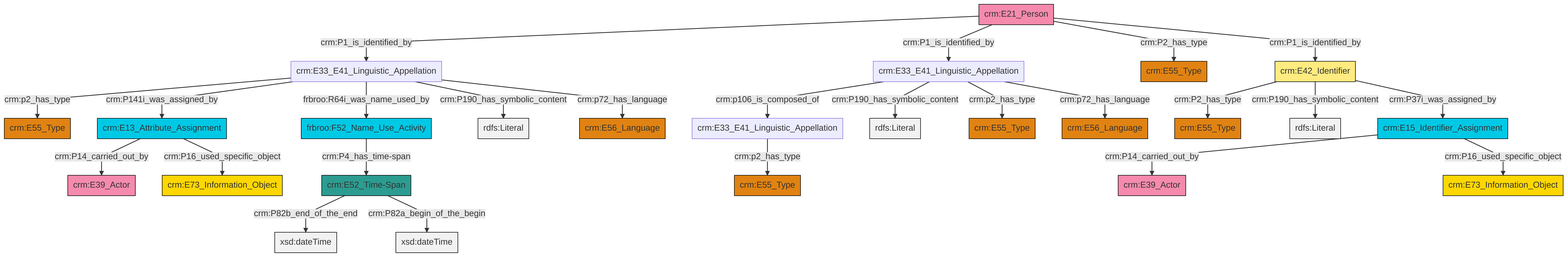
Earlier version of the Mermaid export et/personCSV/ttl/mmd/png/Person_Names_and_Classification.png (swiss-art-research-net/reference-data-models). Its source is kept beside it as et/personCSV/ttl/mmd/Person_Names_and_Classification.ttl.mmd.
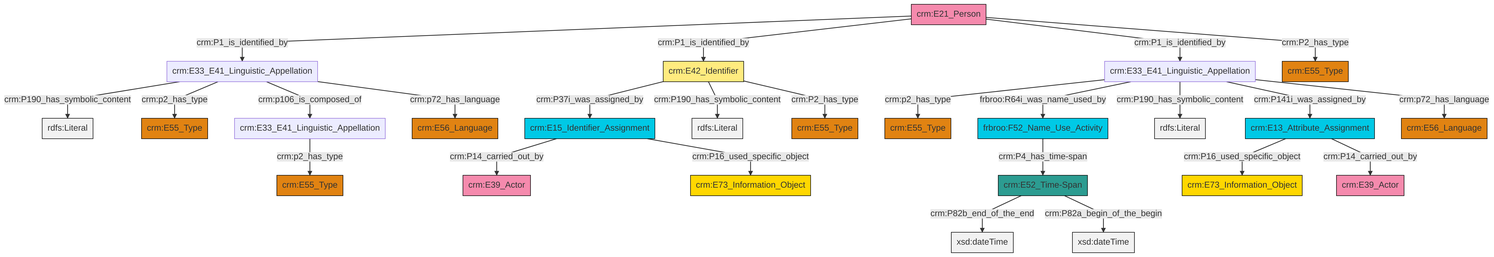
The same file after the commit.

Change to the diagram source:
```diff
@@ -13,27 +13,27 @@
 classDef PC_Classes fill:#4ce600, stroke:#000000;
 classDef Multi fill:#cccccc,stroke:#000000;
 
-8["crm:E13_Attribute_Assignment"]:::Temporal_Entity -->|crm:P14_carried_out_by| 9["crm:E39_Actor"]:::Actor
-8["crm:E13_Attribute_Assignment"]:::Temporal_Entity -->|crm:P16_used_specific_object| 10["crm:E73_Information_Object"]:::Conceptual_Object
-11["crm:E33_E41_Linguistic_Appellation"]:::Default -->|crm:p2_has_type| 12["crm:E55_Type"]:::Type
-13["crm:E52_Time-Span"]:::Time-Span -->|crm:P82b_end_of_the_end| 14[xsd:dateTime]:::Literal
-15["crm:E42_Identifier"]:::Appellation -->|crm:P2_has_type| 6["crm:E55_Type"]:::Type
-16["crm:E15_Identifier_Assignment"]:::Temporal_Entity -->|crm:P14_carried_out_by| 17["crm:E39_Actor"]:::Actor
-4["crm:E33_E41_Linguistic_Appellation"]:::Default -->|crm:p106_is_composed_of| 19["crm:E33_E41_Linguistic_Appellation"]:::Default
-13["crm:E52_Time-Span"]:::Time-Span -->|crm:P82a_begin_of_the_begin| 26[xsd:dateTime]:::Literal
-34["crm:E21_Person"]:::Actor -->|crm:P1_is_identified_by| 11["crm:E33_E41_Linguistic_Appellation"]:::Default
-23["frbroo:F52_Name_Use_Activity"]:::Temporal_Entity -->|crm:P4_has_time-span| 13["crm:E52_Time-Span"]:::Time-Span
-34["crm:E21_Person"]:::Actor -->|crm:P1_is_identified_by| 4["crm:E33_E41_Linguistic_Appellation"]:::Default
-11["crm:E33_E41_Linguistic_Appellation"]:::Default -->|crm:P141i_was_assigned_by| 8["crm:E13_Attribute_Assignment"]:::Temporal_Entity
-11["crm:E33_E41_Linguistic_Appellation"]:::Default -->|frbroo:R64i_was_name_used_by| 23["frbroo:F52_Name_Use_Activity"]:::Temporal_Entity
-4["crm:E33_E41_Linguistic_Appellation"]:::Default -->|crm:P190_has_symbolic_content| 38[rdfs:Literal]:::Literal
-15["crm:E42_Identifier"]:::Appellation -->|crm:P190_has_symbolic_content| 42[rdfs:Literal]:::Literal
-11["crm:E33_E41_Linguistic_Appellation"]:::Default -->|crm:P190_has_symbolic_content| 43[rdfs:Literal]:::Literal
-4["crm:E33_E41_Linguistic_Appellation"]:::Default -->|crm:p2_has_type| 0["crm:E55_Type"]:::Type
-11["crm:E33_E41_Linguistic_Appellation"]:::Default -->|crm:p72_has_language| 28["crm:E56_Language"]:::Type
-34["crm:E21_Person"]:::Actor -->|crm:P2_has_type| 39["crm:E55_Type"]:::Type
-15["crm:E42_Identifier"]:::Appellation -->|crm:P37i_was_assigned_by| 16["crm:E15_Identifier_Assignment"]:::Temporal_Entity
-19["crm:E33_E41_Linguistic_Appellation"]:::Default -->|crm:p2_has_type| 20["crm:E55_Type"]:::Type
-34["crm:E21_Person"]:::Actor -->|crm:P1_is_identified_by| 15["crm:E42_Identifier"]:::Appellation
-16["crm:E15_Identifier_Assignment"]:::Temporal_Entity -->|crm:P16_used_specific_object| 32["crm:E73_Information_Object"]:::Conceptual_Object
-4["crm:E33_E41_Linguistic_Appellation"]:::Default -->|crm:p72_has_language| 2["crm:E56_Language"]:::Type
+0["crm:E42_Identifier"]:::Appellation -->|crm:P37i_was_assigned_by| 1["crm:E15_Identifier_Assignment"]:::Temporal_Entity
+2["crm:E21_Person"]:::Actor -->|crm:P1_is_identified_by| 3["crm:E33_E41_Linguistic_Appellation"]:::Default
+3["crm:E33_E41_Linguistic_Appellation"]:::Default -->|crm:P190_has_symbolic_content| 4[rdfs:Literal]:::Literal
+5["crm:E33_E41_Linguistic_Appellation"]:::Default -->|crm:p2_has_type| 6["crm:E55_Type"]:::Type
+0["crm:E42_Identifier"]:::Appellation -->|crm:P190_has_symbolic_content| 9[rdfs:Literal]:::Literal
+3["crm:E33_E41_Linguistic_Appellation"]:::Default -->|crm:p2_has_type| 10["crm:E55_Type"]:::Type
+11["crm:E13_Attribute_Assignment"]:::Temporal_Entity -->|crm:P16_used_specific_object| 12["crm:E73_Information_Object"]:::Conceptual_Object
+11["crm:E13_Attribute_Assignment"]:::Temporal_Entity -->|crm:P14_carried_out_by| 7["crm:E39_Actor"]:::Actor
+1["crm:E15_Identifier_Assignment"]:::Temporal_Entity -->|crm:P14_carried_out_by| 15["crm:E39_Actor"]:::Actor
+19["crm:E52_Time-Span"]:::Time-Span -->|crm:P82b_end_of_the_end| 20[xsd:dateTime]:::Literal
+1["crm:E15_Identifier_Assignment"]:::Temporal_Entity -->|crm:P16_used_specific_object| 17["crm:E73_Information_Object"]:::Conceptual_Object
+3["crm:E33_E41_Linguistic_Appellation"]:::Default -->|crm:p106_is_composed_of| 13["crm:E33_E41_Linguistic_Appellation"]:::Default
+19["crm:E52_Time-Span"]:::Time-Span -->|crm:P82a_begin_of_the_begin| 26[xsd:dateTime]:::Literal
+5["crm:E33_E41_Linguistic_Appellation"]:::Default -->|frbroo:R64i_was_name_used_by| 30["frbroo:F52_Name_Use_Activity"]:::Temporal_Entity
+5["crm:E33_E41_Linguistic_Appellation"]:::Default -->|crm:P190_has_symbolic_content| 31[rdfs:Literal]:::Literal
+5["crm:E33_E41_Linguistic_Appellation"]:::Default -->|crm:P141i_was_assigned_by| 11["crm:E13_Attribute_Assignment"]:::Temporal_Entity
+3["crm:E33_E41_Linguistic_Appellation"]:::Default -->|crm:p72_has_language| 27["crm:E56_Language"]:::Type
+0["crm:E42_Identifier"]:::Appellation -->|crm:P2_has_type| 37["crm:E55_Type"]:::Type
+13["crm:E33_E41_Linguistic_Appellation"]:::Default -->|crm:p2_has_type| 21["crm:E55_Type"]:::Type
+30["frbroo:F52_Name_Use_Activity"]:::Temporal_Entity -->|crm:P4_has_time-span| 19["crm:E52_Time-Span"]:::Time-Span
+2["crm:E21_Person"]:::Actor -->|crm:P1_is_identified_by| 0["crm:E42_Identifier"]:::Appellation
+2["crm:E21_Person"]:::Actor -->|crm:P1_is_identified_by| 5["crm:E33_E41_Linguistic_Appellation"]:::Default
+2["crm:E21_Person"]:::Actor -->|crm:P2_has_type| 39["crm:E55_Type"]:::Type
+5["crm:E33_E41_Linguistic_Appellation"]:::Default -->|crm:p72_has_language| 23["crm:E56_Language"]:::Type
```
